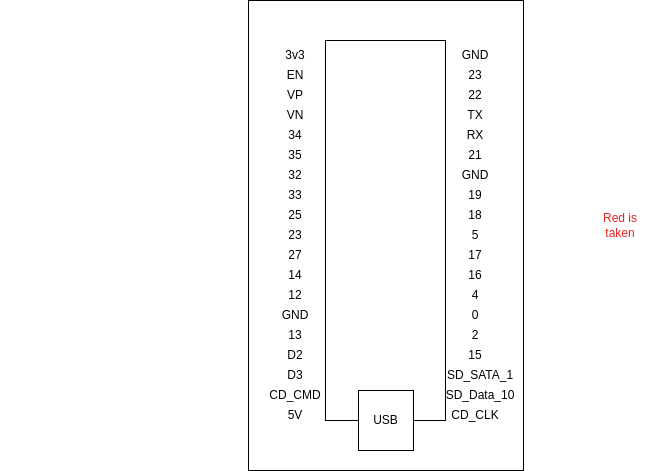
Boti21/SDU-SPRO3-CODE keeps this draw.io diagram as SPRO3-Firmware/pin_out.png. Above is the earlier version. Source tidied: cells renumbered, new cells last; positions are measured from the earlier drawing's top-left corner, leaving out a move shared by most shapes.
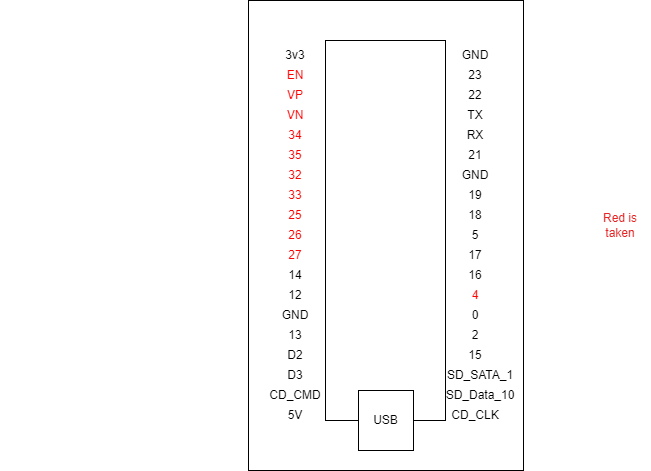
Later version of the same file.

Diff of the diagram source:
```diff
@@ -11,34 +11,34 @@
     <mxCell id="4" value="3v3" style="text;html=1;strokeColor=none;fillColor=none;align=center;verticalAlign=middle;whiteSpace=wrap;rounded=0;" parent="1" vertex="1">
       <mxGeometry x="265" y="40" width="60" height="30" as="geometry" />
     </mxCell>
-    <mxCell id="5" value="EN" style="text;html=1;strokeColor=none;fillColor=none;align=center;verticalAlign=middle;whiteSpace=wrap;rounded=0;" parent="1" vertex="1">
+    <mxCell id="5" value="EN" style="text;html=1;align=center;verticalAlign=middle;whiteSpace=wrap;rounded=0;fontColor=#FF0000;" parent="1" vertex="1">
       <mxGeometry x="265" y="60" width="60" height="30" as="geometry" />
     </mxCell>
-    <mxCell id="6" value="VP" style="text;html=1;strokeColor=none;fillColor=none;align=center;verticalAlign=middle;whiteSpace=wrap;rounded=0;" parent="1" vertex="1">
+    <mxCell id="6" value="VP" style="text;html=1;strokeColor=none;fillColor=none;align=center;verticalAlign=middle;whiteSpace=wrap;rounded=0;fontColor=#FF0000;" parent="1" vertex="1">
       <mxGeometry x="265" y="80" width="60" height="30" as="geometry" />
     </mxCell>
-    <mxCell id="7" value="VN" style="text;html=1;strokeColor=none;fillColor=none;align=center;verticalAlign=middle;whiteSpace=wrap;rounded=0;" parent="1" vertex="1">
+    <mxCell id="7" value="VN" style="text;html=1;strokeColor=none;fillColor=none;align=center;verticalAlign=middle;whiteSpace=wrap;rounded=0;fontColor=#FF0000;" parent="1" vertex="1">
       <mxGeometry x="265" y="100" width="60" height="30" as="geometry" />
     </mxCell>
-    <mxCell id="8" value="34" style="text;html=1;strokeColor=none;fillColor=none;align=center;verticalAlign=middle;whiteSpace=wrap;rounded=0;" parent="1" vertex="1">
+    <mxCell id="8" value="34" style="text;html=1;strokeColor=none;fillColor=none;align=center;verticalAlign=middle;whiteSpace=wrap;rounded=0;fontColor=#FF0000;" parent="1" vertex="1">
       <mxGeometry x="265" y="120" width="60" height="30" as="geometry" />
     </mxCell>
-    <mxCell id="9" value="35" style="text;html=1;strokeColor=none;fillColor=none;align=center;verticalAlign=middle;whiteSpace=wrap;rounded=0;" parent="1" vertex="1">
+    <mxCell id="9" value="35" style="text;html=1;strokeColor=none;fillColor=none;align=center;verticalAlign=middle;whiteSpace=wrap;rounded=0;fontColor=#FF0000;" parent="1" vertex="1">
       <mxGeometry x="265" y="140" width="60" height="30" as="geometry" />
     </mxCell>
-    <mxCell id="10" value="32" style="text;html=1;strokeColor=none;fillColor=none;align=center;verticalAlign=middle;whiteSpace=wrap;rounded=0;" parent="1" vertex="1">
+    <mxCell id="10" value="32" style="text;html=1;strokeColor=none;fillColor=none;align=center;verticalAlign=middle;whiteSpace=wrap;rounded=0;fontColor=#FF0000;" parent="1" vertex="1">
       <mxGeometry x="265" y="160" width="60" height="30" as="geometry" />
     </mxCell>
-    <mxCell id="11" value="33" style="text;html=1;strokeColor=none;fillColor=none;align=center;verticalAlign=middle;whiteSpace=wrap;rounded=0;" parent="1" vertex="1">
+    <mxCell id="11" value="33" style="text;html=1;strokeColor=none;fillColor=none;align=center;verticalAlign=middle;whiteSpace=wrap;rounded=0;fontColor=#FF0000;" parent="1" vertex="1">
       <mxGeometry x="265" y="180" width="60" height="30" as="geometry" />
     </mxCell>
-    <mxCell id="12" value="25" style="text;html=1;strokeColor=none;fillColor=none;align=center;verticalAlign=middle;whiteSpace=wrap;rounded=0;" parent="1" vertex="1">
+    <mxCell id="12" value="25" style="text;html=1;strokeColor=none;fillColor=none;align=center;verticalAlign=middle;whiteSpace=wrap;rounded=0;fontColor=#FF0000;" parent="1" vertex="1">
       <mxGeometry x="265" y="200" width="60" height="30" as="geometry" />
     </mxCell>
-    <mxCell id="13" value="23" style="text;html=1;strokeColor=none;fillColor=none;align=center;verticalAlign=middle;whiteSpace=wrap;rounded=0;" parent="1" vertex="1">
+    <mxCell id="13" value="26" style="text;html=1;strokeColor=none;fillColor=none;align=center;verticalAlign=middle;whiteSpace=wrap;rounded=0;fontColor=#FF0000;" parent="1" vertex="1">
       <mxGeometry x="265" y="220" width="60" height="30" as="geometry" />
     </mxCell>
-    <mxCell id="14" value="27" style="text;html=1;strokeColor=none;fillColor=none;align=center;verticalAlign=middle;whiteSpace=wrap;rounded=0;" parent="1" vertex="1">
+    <mxCell id="14" value="27" style="text;html=1;strokeColor=none;fillColor=none;align=center;verticalAlign=middle;whiteSpace=wrap;rounded=0;fontColor=#FF0000;" parent="1" vertex="1">
       <mxGeometry x="265" y="240" width="60" height="30" as="geometry" />
     </mxCell>
     <mxCell id="15" value="14" style="text;html=1;strokeColor=none;fillColor=none;align=center;verticalAlign=middle;whiteSpace=wrap;rounded=0;" parent="1" vertex="1">
@@ -101,7 +101,7 @@
     <mxCell id="34" value="16" style="text;html=1;strokeColor=none;fillColor=none;align=center;verticalAlign=middle;whiteSpace=wrap;rounded=0;" parent="1" vertex="1">
       <mxGeometry x="445" y="260" width="60" height="30" as="geometry" />
     </mxCell>
-    <mxCell id="35" value="4" style="text;html=1;strokeColor=none;fillColor=none;align=center;verticalAlign=middle;whiteSpace=wrap;rounded=0;" parent="1" vertex="1">
+    <mxCell id="35" value="4" style="text;html=1;strokeColor=none;fillColor=none;align=center;verticalAlign=middle;whiteSpace=wrap;rounded=0;fontColor=#FF0000;" parent="1" vertex="1">
       <mxGeometry x="445" y="280" width="60" height="30" as="geometry" />
     </mxCell>
     <mxCell id="36" value="0" style="text;html=1;strokeColor=none;fillColor=none;align=center;verticalAlign=middle;whiteSpace=wrap;rounded=0;" parent="1" vertex="1">
```
